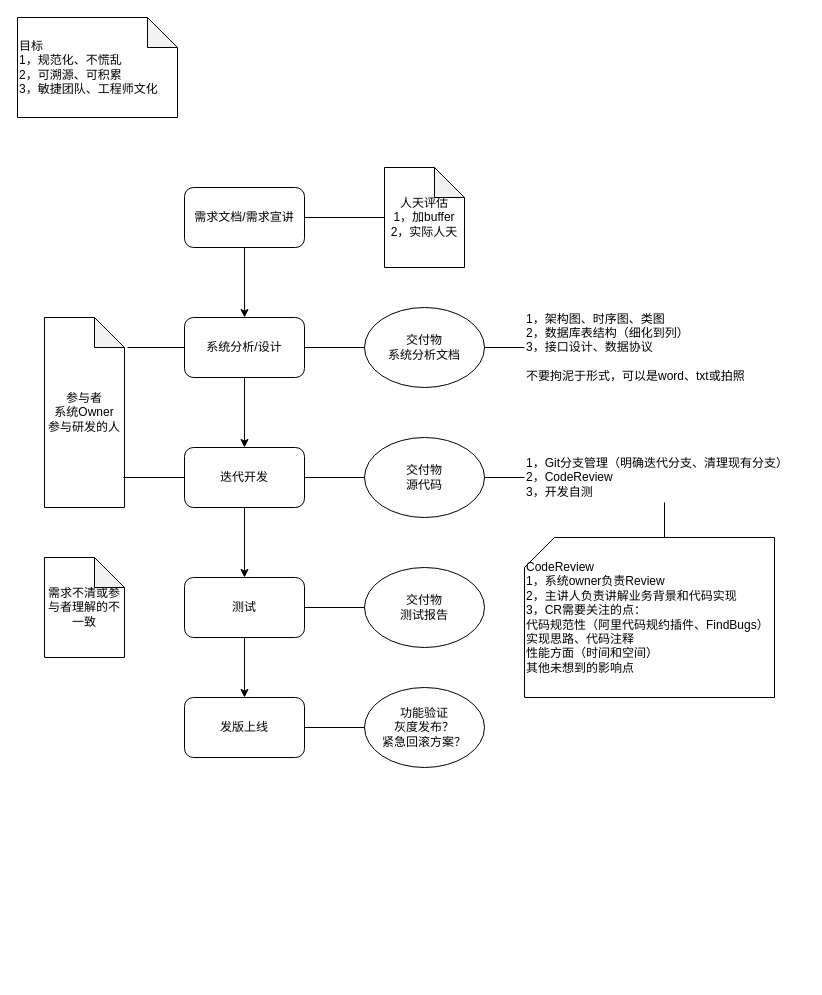
The draw.io diagram Dengta/研发流程.drawio in liuchenwei2000/diagram, before the edit. Source tidied: cells renumbered, new cells numbered last; positions are measured from the earlier drawing's top-left corner, leaving out a move shared by most shapes. Both pictures are drawn from the tidied source at 100%, with x=0, y=0 at pixel (17, 17).
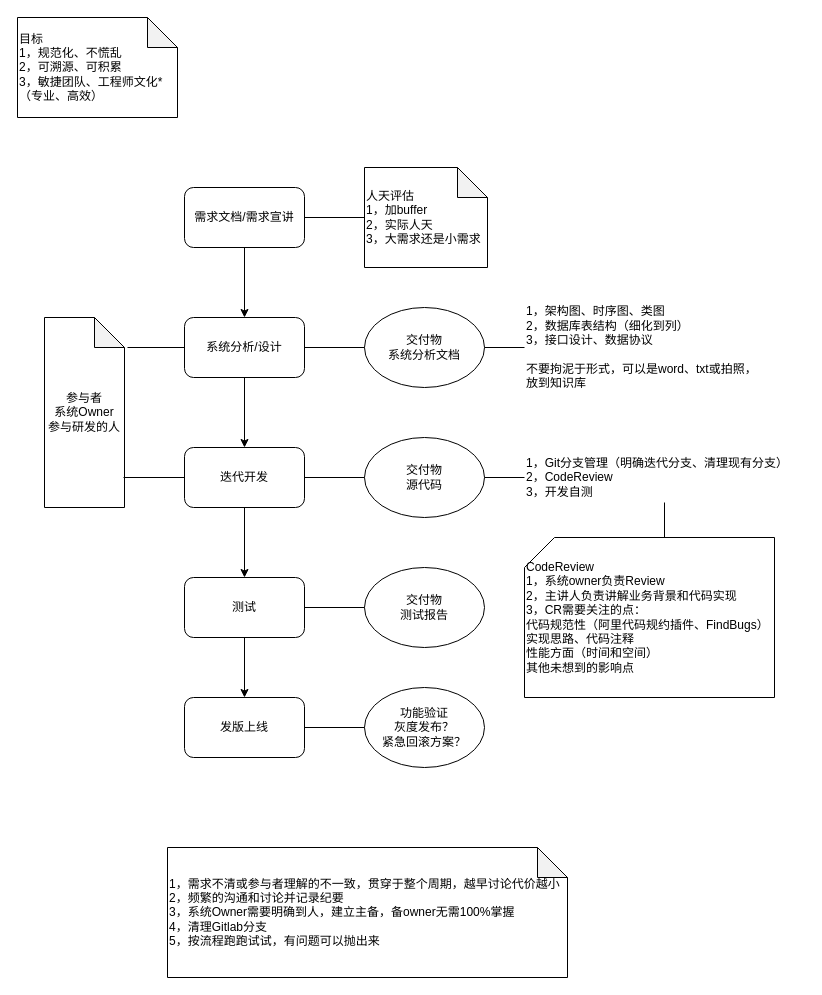
The same diagram, later.

What changed in the source:
```diff
@@
-    <mxCell id="11" value="人天评估&lt;br&gt;1，加buffer&lt;br&gt;2，实际人天" style="shape=note;whiteSpace=wrap;html=1;backgroundOutline=1;darkOpacity=0.05;" parent="1" vertex="1">
-      <mxGeometry x="367" y="150" width="80" height="100" as="geometry" />
+    <mxCell id="11" value="人天评估&lt;br&gt;1，加buffer&lt;br&gt;2，实际人天&lt;br&gt;3，大需求还是小需求" style="shape=note;whiteSpace=wrap;html=1;backgroundOutline=1;darkOpacity=0.05;align=left;" parent="1" vertex="1">
+      <mxGeometry x="347" y="150" width="123" height="100" as="geometry" />
     </mxCell>
@@
-    <mxCell id="20" value="1，架构图、时序图、类图&lt;br&gt;2，数据库表结构（细化到列）&lt;br&gt;3，接口设计、数据协议&lt;br&gt;&lt;br&gt;不要拘泥于形式，可以是word、txt或拍照" style="text;html=1;strokeColor=none;fillColor=none;align=left;verticalAlign=middle;whiteSpace=wrap;rounded=0;" parent="1" vertex="1">
+    <mxCell id="20" value="1，架构图、时序图、类图&lt;br&gt;2，数据库表结构（细化到列）&lt;br&gt;3，接口设计、数据协议&lt;br&gt;&lt;br&gt;不要拘泥于形式，可以是word、txt或拍照，放到知识库" style="text;html=1;strokeColor=none;fillColor=none;align=left;verticalAlign=middle;whiteSpace=wrap;rounded=0;" parent="1" vertex="1">
       <mxGeometry x="507" y="305" width="240" height="50" as="geometry" />
     </mxCell>
@@
-    <mxCell id="27" value="需求不清或参与者理解的不一致" style="shape=note;whiteSpace=wrap;html=1;backgroundOutline=1;darkOpacity=0.05;" parent="1" vertex="1">
-      <mxGeometry x="27" y="540" width="80" height="100" as="geometry" />
+    <mxCell id="27" value="1，需求不清或参与者理解的不一致，贯穿于整个周期，越早讨论代价越小&lt;br&gt;2，频繁的沟通和讨论并记录纪要&lt;br&gt;3，系统Owner需要明确到人，建立主备，备owner无需100%掌握&lt;br&gt;4，清理Gitlab分支&lt;br&gt;5，按流程跑跑试试，有问题可以抛出来" style="shape=note;whiteSpace=wrap;html=1;backgroundOutline=1;darkOpacity=0.05;align=left;" parent="1" vertex="1">
+      <mxGeometry x="150" y="830" width="400" height="130" as="geometry" />
     </mxCell>
@@
-    <mxCell id="31" value="目标&lt;br&gt;1，规范化、不慌乱&lt;br&gt;2，可溯源、可积累&lt;br&gt;3，敏捷团队、工程师文化" style="shape=note;whiteSpace=wrap;html=1;backgroundOutline=1;darkOpacity=0.05;align=left;verticalAlign=middle;" parent="1" vertex="1">
+    <mxCell id="31" value="目标&lt;br&gt;1，规范化、不慌乱&lt;br&gt;2，可溯源、可积累&lt;br&gt;3，敏捷团队、工程师文化*（专业、高效）" style="shape=note;whiteSpace=wrap;html=1;backgroundOutline=1;darkOpacity=0.05;align=left;verticalAlign=middle;" parent="1" vertex="1">
       <mxGeometry width="160" height="100" as="geometry" />
     </mxCell>
```
